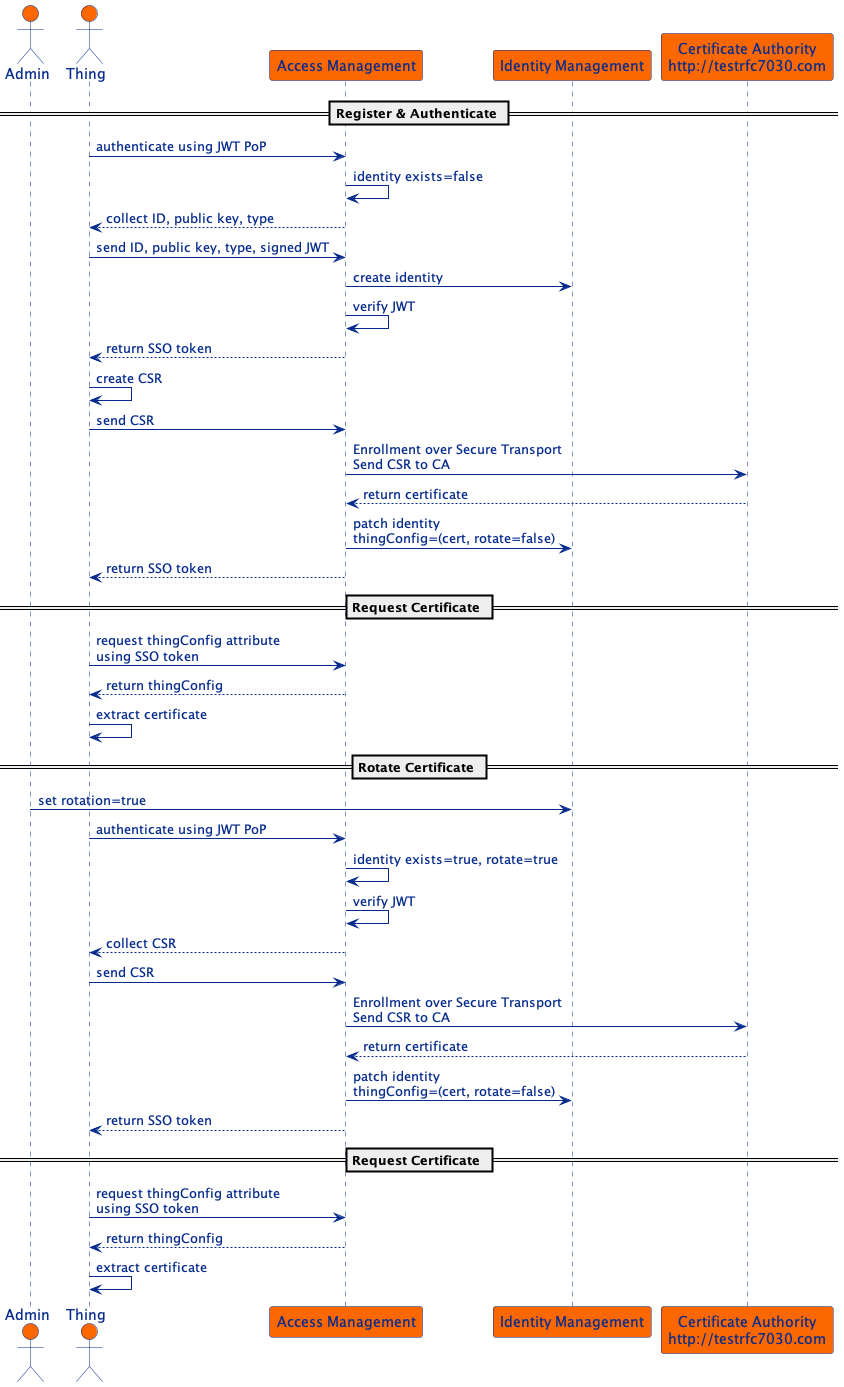
Above: examples/proof-of-concept/certificate-management/docs/cert-management.png in ForgeRock/iot-edge (PlantUML), before the change. The source it was exported from:
```plantuml
@startuml

skinparam sequence {
    ArrowFontColor #062b8c
    ArrowColor #062b8c
    LifeLineBorderColor #062b8c

    ParticipantBorderColor #062b8c
    ParticipantBackgroundColor #fc6700
    ParticipantFontColor #062b8c

    ActorBorderColor #062b8c
    ActorBackgroundColor #fc6700
    ActorFontColor #062b8c
}

actor "Admin" as ad
actor "Thing" as th
participant "Access Management" as am
participant "Identity Management" as idm
participant "Certificate Authority\nhttp://testrfc7030.com" as ca

== Register & Authenticate ==
th -> am : authenticate using JWT PoP
am -> am : identity exists=false
am --> th : collect ID, public key, type
th -> am : send ID, public key, type, signed JWT
am -> idm : create identity
am -> am : verify JWT
am --> th : return SSO token
th -> th : create CSR
th -> am : send CSR
am -> ca : Enrollment over Secure Transport\nSend CSR to CA
ca --> am : return certificate
am -> idm : patch identity\nthingConfig=(cert, rotate=false)
am --> th : return SSO token

== Request Certificate ==
th -> am : request thingConfig attribute\nusing SSO token
am --> th : return thingConfig
th -> th : extract certificate

== Rotate Certificate ==
ad -> idm : set rotation=true
th -> am : authenticate using JWT PoP
am -> am : identity exists=true, rotate=true
am -> am : verify JWT
am --> th : collect CSR
th -> am : send CSR
am -> ca : Enrollment over Secure Transport\nSend CSR to CA
ca --> am : return certificate
am -> idm : patch identity\nthingConfig=(cert, rotate=false)
am --> th : return SSO token

== Request Certificate ==
th -> am : request thingConfig attribute\nusing SSO token
am --> th : return thingConfig
th -> th : extract certificate

@enduml
```
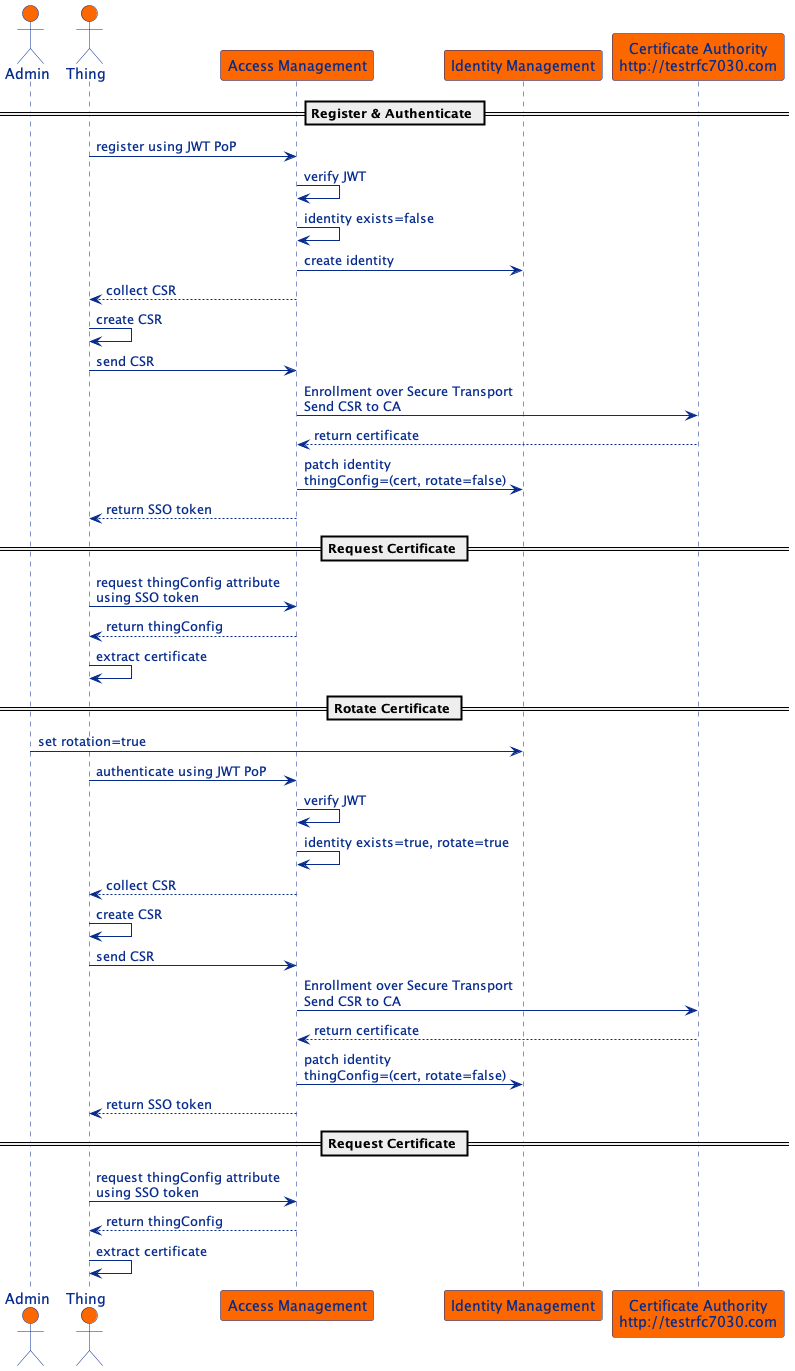
Later version of the same file.

Commit message:
IOTEDGE-1282 Update flow diagram + example script

Diff of the diagram source:
```diff
@@ -21,13 +21,11 @@
 participant "Certificate Authority\nhttp://testrfc7030.com" as ca
 
 == Register & Authenticate ==
-th -> am : authenticate using JWT PoP
+th -> am : register using JWT PoP
+am -> am : verify JWT
 am -> am : identity exists=false
-am --> th : collect ID, public key, type
-th -> am : send ID, public key, type, signed JWT
 am -> idm : create identity
-am -> am : verify JWT
-am --> th : return SSO token
+am --> th : collect CSR
 th -> th : create CSR
 th -> am : send CSR
 am -> ca : Enrollment over Secure Transport\nSend CSR to CA
@@ -43,9 +41,10 @@
 == Rotate Certificate ==
 ad -> idm : set rotation=true
 th -> am : authenticate using JWT PoP
+am -> am : verify JWT
 am -> am : identity exists=true, rotate=true
-am -> am : verify JWT
 am --> th : collect CSR
+th -> th : create CSR
 th -> am : send CSR
 am -> ca : Enrollment over Secure Transport\nSend CSR to CA
 ca --> am : return certificate
```
